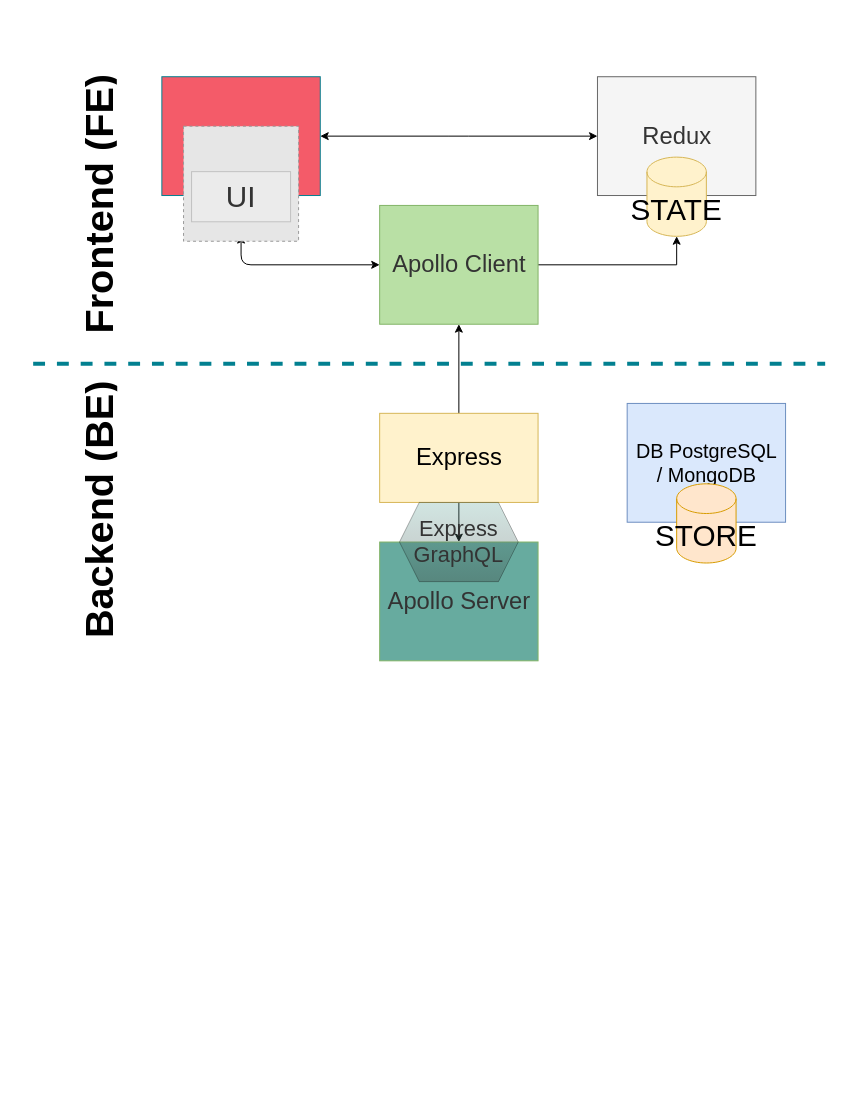
The draw.io diagram Quadrant React Basic-Test.drawio in toreylittlefield/quadrant-basic-test-challenge, before the edit. Source tidied: cells renumbered, new cells numbered last; positions are measured from the earlier drawing's top-left corner, leaving out a move shared by most shapes. Both pictures are drawn from the tidied source at 99%, with x=0, y=0 at pixel (-75, 76). Pictures stored in the file or linked from it are replaced by grey dashed boxes.
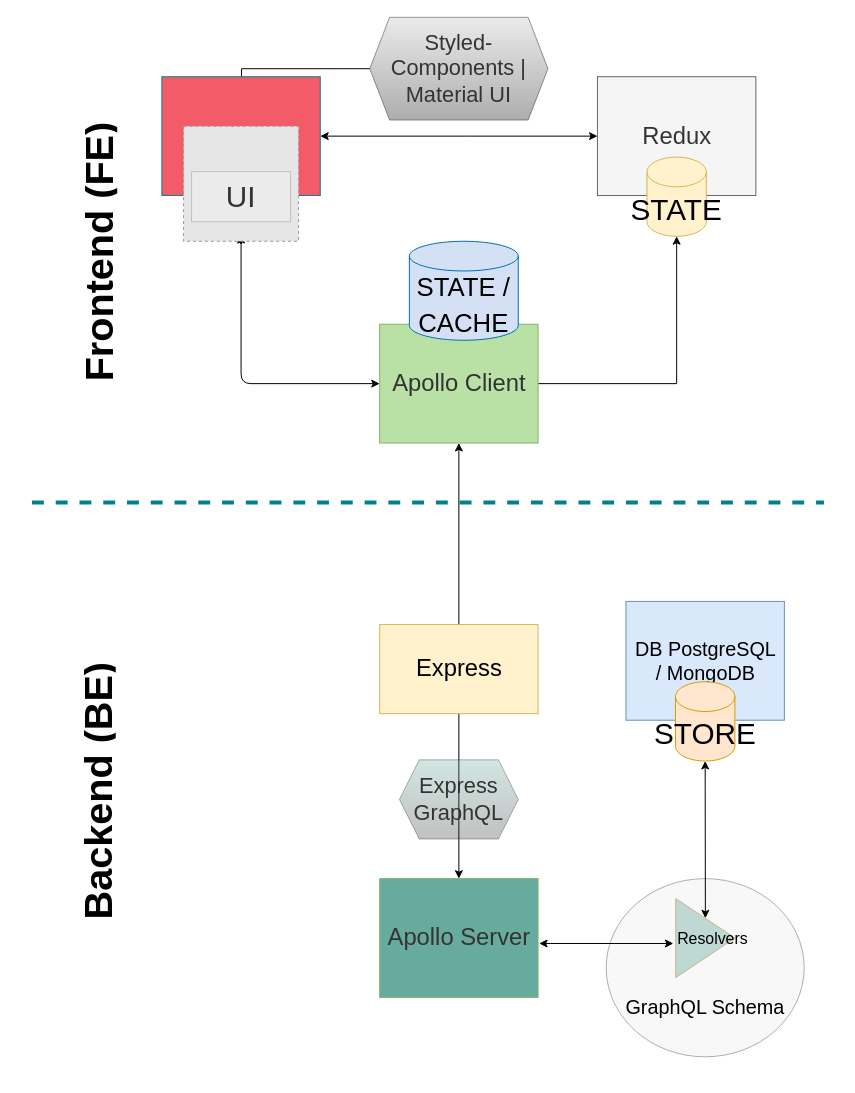
After the change.

The edit, as a diff of the source:
```diff
@@
+    <mxCell id="22" value="&lt;font style=&quot;font-size: 20px&quot;&gt;&lt;br&gt;&lt;br&gt;&lt;br&gt;GraphQL Schema&lt;/font&gt;" style="ellipse;whiteSpace=wrap;html=1;shadow=0;glass=0;fontSize=22;align=center;opacity=40;fillColor=#eeeeee;strokeColor=#36393d;" parent="1" vertex="1">
+      <mxGeometry x="687.8" y="810" width="200" height="180" as="geometry" />
+    </mxCell>
+    <mxCell id="23" style="edgeStyle=orthogonalEdgeStyle;rounded=0;jumpSize=5;jettySize=auto;html=1;fontSize=22;fontColor=#333333;strokeWidth=1;" parent="1" edge="1" source="32">
+      <mxGeometry relative="1" as="geometry">
+        <mxPoint x="319" y="170" as="targetPoint" />
+      </mxGeometry>
+    </mxCell>
@@
-    <mxCell id="3" value="&lt;font style=&quot;font-size: 24px&quot;&gt;Express&lt;br&gt;&lt;/font&gt;" style="html=1;fillColor=#fff2cc;strokeColor=#d6b656;" parent="1" vertex="1">
-      <mxGeometry x="459" y="340" width="160" height="90" as="geometry" />
-    </mxCell>
@@
-    <mxCell id="5" style="endArrow=none;dashed=1;html=1;labelBackgroundColor=#114B5F;strokeColor=#028090;fontColor=#E4FDE1;strokeWidth=4;" parent="1" edge="1">
-      <mxGeometry relative="1" as="geometry">
-        <mxPoint x="109" y="290" as="sourcePoint" />
-        <mxPoint x="909" y="290" as="targetPoint" />
-      </mxGeometry>
-    </mxCell>
-    <mxCell id="6" value="&lt;h1&gt;&lt;font style=&quot;font-size: 40px&quot;&gt;Frontend (FE)&lt;/font&gt;&lt;/h1&gt;" style="text;html=1;strokeColor=none;fillColor=none;spacing=5;spacingTop=-20;whiteSpace=wrap;overflow=hidden;rounded=0;fontSize=30;rotation=-90;" parent="1" vertex="1">
-      <mxGeometry x="0.2" y="71.2" width="297.5" height="90" as="geometry" />
+    <mxCell id="6" value="&lt;h1&gt;&lt;font style=&quot;font-size: 40px&quot;&gt;Frontend (FE)&lt;/font&gt;&lt;/h1&gt;" style="text;html=1;strokeColor=none;fillColor=none;spacing=5;spacingTop=-20;whiteSpace=wrap;overflow=hidden;rounded=0;fontSize=30;rotation=-90;align=center;" parent="1" vertex="1">
+      <mxGeometry x="-80.7" y="131.6" width="459.4" height="90" as="geometry" />
     </mxCell>
-    <mxCell id="7" value="&lt;h1&gt;&lt;font style=&quot;font-size: 40px&quot;&gt;Backend (BE)&lt;/font&gt;&lt;/h1&gt;" style="text;html=1;strokeColor=none;fillColor=none;spacing=5;spacingTop=-20;whiteSpace=wrap;overflow=hidden;rounded=0;fontSize=30;rotation=-90;" parent="1" vertex="1">
-      <mxGeometry x="10.2" y="388.8" width="277.5" height="90" as="geometry" />
-    </mxCell>
@@
-    <mxCell id="11" value="&lt;font style=&quot;font-size: 24px&quot; color=&quot;#333333&quot;&gt;Apollo Server&lt;/font&gt;" style="html=1;strokeColor=#82b366;fillColor=#67AB9F;" parent="1" vertex="1">
-      <mxGeometry x="459" y="470" width="160" height="120" as="geometry" />
-    </mxCell>
@@
     <mxCell id="13" value="&lt;font style=&quot;font-size: 24px&quot; color=&quot;#333333&quot;&gt;Apollo Client&lt;/font&gt;" style="html=1;strokeColor=#82b366;fillColor=#B9E0A5;" parent="1" vertex="1">
-      <mxGeometry x="459" y="130" width="160" height="120" as="geometry" />
+      <mxGeometry x="459" y="250" width="160" height="120" as="geometry" />
     </mxCell>
@@
     <mxCell id="15" style="endArrow=classic;startArrow=classic;html=1;fontSize=30;fontColor=#333333;entryX=0;entryY=0.5;entryDx=0;entryDy=0;" parent="1" edge="1" target="13">
       <mxGeometry relative="1" as="geometry">
         <mxPoint x="319" y="160" as="sourcePoint" />
         <Array as="points">
-          <mxPoint x="319" y="190" />
+          <mxPoint x="319" y="310" />
         </Array>
       </mxGeometry>
     </mxCell>
@@
-    <mxCell id="18" value="Express GraphQL" style="shape=hexagon;perimeter=hexagonPerimeter2;whiteSpace=wrap;html=1;fixedSize=1;shadow=0;glass=0;fontSize=22;fontColor=#333333;fillColor=#67AB9F;opacity=30;gradientColor=#333333;" parent="1" vertex="1">
-      <mxGeometry x="479" y="430" width="120" height="80" as="geometry" />
-    </mxCell>
+    <mxCell id="24" style="group;" parent="1" vertex="1">
+      <mxGeometry x="102.8" y="430" width="820" height="540" as="geometry" />
+    </mxCell>
+    <mxCell id="5" style="endArrow=none;dashed=1;html=1;labelBackgroundColor=#114B5F;strokeColor=#028090;fontColor=#E4FDE1;strokeWidth=4;" parent="24" edge="1">
+      <mxGeometry relative="1" as="geometry">
+        <mxPoint x="5" as="sourcePoint" />
+        <mxPoint x="805" as="targetPoint" />
+      </mxGeometry>
+    </mxCell>
+    <mxCell id="7" value="&lt;h1&gt;&lt;font style=&quot;font-size: 40px&quot;&gt;Backend (BE)&lt;/font&gt;&lt;/h1&gt;" style="text;html=1;strokeColor=none;fillColor=none;spacing=5;spacingTop=-20;whiteSpace=wrap;overflow=hidden;rounded=0;fontSize=30;rotation=-90;align=center;" parent="24" vertex="1">
+      <mxGeometry x="-241.9" y="246.9" width="573.8" height="90" as="geometry" />
+    </mxCell>
-    <mxCell id="19" style="group;" parent="1" vertex="1">
-      <mxGeometry x="709" y="330" width="160" height="161.2" as="geometry" />
+    <mxCell id="19" style="group;" parent="24" vertex="1">
+      <mxGeometry x="605" y="40" width="160" height="161.2" as="geometry" />
     </mxCell>
+    <mxCell id="25" style="group;" parent="19" vertex="1">
+      <mxGeometry y="60" width="160" height="161.2" as="geometry" />
+    </mxCell>
-    <mxCell id="20" value="&lt;font style=&quot;font-size: 20px&quot;&gt;DB PostgreSQL &lt;br&gt;/ MongoDB&lt;/font&gt;" style="html=1;fillColor=#dae8fc;strokeColor=#6c8ebf;" parent="19" vertex="1">
+    <mxCell id="20" value="&lt;font style=&quot;font-size: 20px&quot;&gt;DB PostgreSQL &lt;br&gt;/ MongoDB&lt;/font&gt;" style="html=1;fillColor=#dae8fc;strokeColor=#6c8ebf;" parent="25" vertex="1">
       <mxGeometry width="160" height="120" as="geometry" />
     </mxCell>
-    <mxCell id="21" value="STORE" style="shape=cylinder3;whiteSpace=wrap;html=1;boundedLbl=1;backgroundOutline=1;size=15;fontSize=30;fillColor=#ffe6cc;strokeColor=#d79b00;" parent="19" vertex="1">
+    <mxCell id="21" value="STORE" style="shape=cylinder3;whiteSpace=wrap;html=1;boundedLbl=1;backgroundOutline=1;size=15;fontSize=30;fillColor=#ffe6cc;strokeColor=#d79b00;" parent="25" vertex="1">
       <mxGeometry x="50" y="81.2" width="60" height="80" as="geometry" />
     </mxCell>
+    <mxCell id="26" style="group;" parent="24" vertex="1">
+      <mxGeometry x="356.2" y="250" width="160" height="250" as="geometry" />
+    </mxCell>
+    <mxCell id="11" value="&lt;font style=&quot;font-size: 24px&quot; color=&quot;#333333&quot;&gt;Apollo Server&lt;/font&gt;" style="html=1;strokeColor=#82b366;fillColor=#67AB9F;" parent="26" vertex="1">
+      <mxGeometry y="130" width="160" height="120" as="geometry" />
+    </mxCell>
+    <mxCell id="18" value="Express GraphQL" style="shape=hexagon;perimeter=hexagonPerimeter2;whiteSpace=wrap;html=1;fixedSize=1;shadow=0;glass=0;fontSize=22;fontColor=#333333;fillColor=#67AB9F;opacity=30;gradientColor=#333333;" parent="26" vertex="1">
+      <mxGeometry x="20" y="10" width="120" height="80" as="geometry" />
+    </mxCell>
+    <mxCell id="3" value="&lt;font style=&quot;font-size: 24px&quot;&gt;Express&lt;br&gt;&lt;/font&gt;" style="html=1;fillColor=#fff2cc;strokeColor=#d6b656;" parent="24" vertex="1">
+      <mxGeometry x="356.2" y="123.4" width="160" height="90" as="geometry" />
+    </mxCell>
+    <mxCell id="27" value="&lt;font color=&quot;#000000&quot; style=&quot;font-size: 26px&quot;&gt;STATE / CACHE&lt;/font&gt;" style="shape=cylinder3;whiteSpace=wrap;html=1;boundedLbl=1;backgroundOutline=1;size=15;fontSize=30;strokeColor=#006EAF;fontColor=#ffffff;fillColor=#D4E1F5;" parent="1" vertex="1">
+      <mxGeometry x="489" y="166.2" width="110" height="100" as="geometry" />
+    </mxCell>
+    <mxCell id="28" value="&lt;font style=&quot;font-size: 16px&quot;&gt;Resolvers&lt;/font&gt;" style="triangle;whiteSpace=wrap;html=1;shadow=0;glass=0;fontSize=22;align=left;opacity=40;strokeColor=#b46504;fillColor=#67AB9F;rotation=0;" parent="1" vertex="1">
+      <mxGeometry x="758" y="830" width="60" height="80" as="geometry" />
+    </mxCell>
+    <mxCell id="29" style="edgeStyle=orthogonalEdgeStyle;rounded=0;jumpSize=5;jettySize=auto;html=1;exitX=1;exitY=0.5;exitDx=0;exitDy=0;fontSize=22;fontColor=#333333;strokeWidth=4;" parent="1" edge="1" source="11">
+      <mxGeometry relative="1" as="geometry">
+        <mxPoint x="619" y="870" as="targetPoint" />
+      </mxGeometry>
+    </mxCell>
+    <mxCell id="30" style="endArrow=classic;startArrow=classic;html=1;fontSize=22;fontColor=#333333;strokeWidth=1;exitX=1.007;exitY=0.546;exitDx=0;exitDy=0;exitPerimeter=0;entryX=-0.039;entryY=0.569;entryDx=0;entryDy=0;entryPerimeter=0;" parent="1" edge="1" source="11" target="28">
+      <mxGeometry relative="1" as="geometry" />
+    </mxCell>
+    <mxCell id="31" style="endArrow=classic;startArrow=classic;html=1;fontSize=22;fontColor=#333333;strokeWidth=1;entryX=0.5;entryY=1;entryDx=0;entryDy=0;entryPerimeter=0;" parent="1" edge="1" target="21">
+      <mxGeometry relative="1" as="geometry">
+        <mxPoint x="788" y="850" as="sourcePoint" />
+      </mxGeometry>
+    </mxCell>
+    <mxCell id="32" value="Styled-Components | Material UI" style="shape=hexagon;perimeter=hexagonPerimeter2;whiteSpace=wrap;html=1;fixedSize=1;shadow=0;glass=0;fontSize=22;fontColor=#333333;fillColor=#CCCCCC;gradientColor=#333333;align=center;opacity=40;" parent="1" vertex="1">
+      <mxGeometry x="449" y="-60" width="180" height="103.8" as="geometry" />
+    </mxCell>
```
